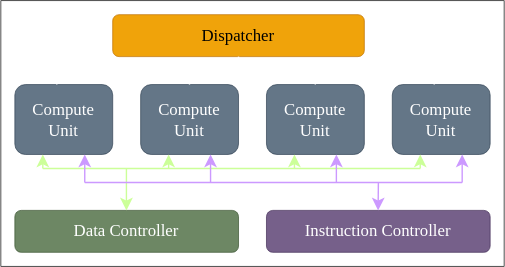
Above: docs/gpu_top_level.svg in mmh257/proj_minigpu (draw.io), before the change. Source tidied: cells renumbered, new cells last; positions are measured from the earlier drawing's top-left corner, leaving out a move shared by most shapes. The source it was exported from:
```xml
<mxGraphModel>
  <root>
    <mxCell id="0" />
    <mxCell id="1" parent="0" />
    <mxCell id="2" value="Dispatcher" style="rounded=1;whiteSpace=wrap;html=1;fillColor=#f0a30a;strokeColor=#BD7000;fontColor=#000000;strokeWidth=0.5;fontFamily=Tahoma;" parent="1" vertex="1">
      <mxGeometry x="80" y="10" width="180" height="30" as="geometry" />
    </mxCell>
    <mxCell id="3" value="Compute Unit" style="rounded=1;whiteSpace=wrap;html=1;strokeWidth=0.5;fillColor=#647687;fontColor=#ffffff;strokeColor=#314354;fontFamily=Tahoma;" parent="1" vertex="1">
      <mxGeometry x="100" y="60" width="70" height="50" as="geometry" />
    </mxCell>
    <mxCell id="4" value="Compute Unit" style="rounded=1;whiteSpace=wrap;html=1;strokeWidth=0.5;fillColor=#647687;fontColor=#ffffff;strokeColor=#314354;fontFamily=Tahoma;" parent="1" vertex="1">
      <mxGeometry x="190" y="60" width="70" height="50" as="geometry" />
    </mxCell>
    <mxCell id="5" value="Compute Unit" style="rounded=1;whiteSpace=wrap;html=1;strokeWidth=0.5;fillColor=#647687;fontColor=#ffffff;strokeColor=#314354;fontFamily=Tahoma;" parent="1" vertex="1">
      <mxGeometry x="10" y="60" width="70" height="50" as="geometry" />
    </mxCell>
    <mxCell id="6" value="Compute Unit" style="rounded=1;whiteSpace=wrap;html=1;strokeWidth=0.5;fillColor=#647687;fontColor=#ffffff;strokeColor=#314354;fontFamily=Tahoma;" parent="1" vertex="1">
      <mxGeometry x="280" y="60" width="70" height="50" as="geometry" />
    </mxCell>
    <mxCell id="7" value="Instruction Controller" style="rounded=1;whiteSpace=wrap;html=1;fillColor=#76608a;strokeColor=#432D57;strokeWidth=0.5;fontFamily=Tahoma;fontColor=#ffffff;" parent="1" vertex="1">
      <mxGeometry x="190" y="150" width="160" height="30" as="geometry" />
    </mxCell>
    <mxCell id="8" value="Data Controller" style="rounded=1;whiteSpace=wrap;html=1;fillColor=#6d8764;strokeColor=#3A5431;strokeWidth=0.5;fontFamily=Tahoma;fontColor=#ffffff;" parent="1" vertex="1">
      <mxGeometry x="10" y="150" width="160" height="30" as="geometry" />
    </mxCell>
    <mxCell id="9" style="endArrow=none;html=1;fontFamily=Tahoma;entryX=0.5;entryY=1;entryDx=0;entryDy=0;strokeColor=#FFFFFF;" parent="1" edge="1" target="2">
      <mxGeometry relative="1" as="geometry">
        <mxPoint x="170" y="50" as="sourcePoint" />
      </mxGeometry>
    </mxCell>
    <mxCell id="10" style="endArrow=none;html=1;fontFamily=Tahoma;strokeColor=#FFFFFF;" parent="1" edge="1">
      <mxGeometry relative="1" as="geometry">
        <mxPoint x="40" y="50" as="sourcePoint" />
        <mxPoint x="310" y="50" as="targetPoint" />
      </mxGeometry>
    </mxCell>
    <mxCell id="11" style="endArrow=none;html=1;fontFamily=Tahoma;strokeColor=#FFFFFF;" parent="1" edge="1">
      <mxGeometry relative="1" as="geometry">
        <mxPoint x="40" y="50" as="sourcePoint" />
        <mxPoint x="40" y="60" as="targetPoint" />
      </mxGeometry>
    </mxCell>
    <mxCell id="12" style="endArrow=none;html=1;fontFamily=Tahoma;strokeColor=#FFFFFF;" parent="1" edge="1">
      <mxGeometry relative="1" as="geometry">
        <mxPoint x="134.9" y="50" as="sourcePoint" />
        <mxPoint x="134.9" y="60" as="targetPoint" />
      </mxGeometry>
    </mxCell>
    <mxCell id="13" style="endArrow=none;html=1;fontFamily=Tahoma;strokeColor=#FFFFFF;" parent="1" edge="1">
      <mxGeometry relative="1" as="geometry">
        <mxPoint x="224.9" y="50" as="sourcePoint" />
        <mxPoint x="224.9" y="60" as="targetPoint" />
      </mxGeometry>
    </mxCell>
    <mxCell id="14" style="endArrow=none;html=1;fontFamily=Tahoma;strokeColor=#FFFFFF;" parent="1" edge="1">
      <mxGeometry relative="1" as="geometry">
        <mxPoint x="310" y="50" as="sourcePoint" />
        <mxPoint x="310" y="60" as="targetPoint" />
      </mxGeometry>
    </mxCell>
    <mxCell id="15" style="endArrow=none;html=1;fontFamily=Tahoma;strokeColor=#CCFF99;" parent="1" edge="1">
      <mxGeometry relative="1" as="geometry">
        <mxPoint x="30" y="120" as="sourcePoint" />
        <mxPoint x="300" y="120" as="targetPoint" />
      </mxGeometry>
    </mxCell>
    <mxCell id="16" style="endArrow=classic;html=1;fontFamily=Tahoma;entryX=0.25;entryY=0;entryDx=0;entryDy=0;strokeColor=#CCFF99;" parent="1" edge="1">
      <mxGeometry relative="1" as="geometry">
        <mxPoint x="89.8" y="120" as="sourcePoint" />
        <mxPoint x="89.8" y="150" as="targetPoint" />
      </mxGeometry>
    </mxCell>
    <mxCell id="17" style="endArrow=classic;html=1;fontFamily=Tahoma;strokeColor=#CCFF99;" parent="1" edge="1">
      <mxGeometry relative="1" as="geometry">
        <mxPoint x="120" y="120" as="sourcePoint" />
        <mxPoint x="120" y="110" as="targetPoint" />
      </mxGeometry>
    </mxCell>
    <mxCell id="18" style="endArrow=classic;html=1;fontFamily=Tahoma;strokeColor=#CCFF99;" parent="1" edge="1">
      <mxGeometry relative="1" as="geometry">
        <mxPoint x="210" y="120" as="sourcePoint" />
        <mxPoint x="210" y="110" as="targetPoint" />
      </mxGeometry>
    </mxCell>
    <mxCell id="19" style="endArrow=classic;html=1;fontFamily=Tahoma;strokeColor=#CCFF99;" parent="1" edge="1">
      <mxGeometry relative="1" as="geometry">
        <mxPoint x="300" y="120" as="sourcePoint" />
        <mxPoint x="300" y="110" as="targetPoint" />
      </mxGeometry>
    </mxCell>
    <mxCell id="20" style="endArrow=classic;html=1;fontFamily=Tahoma;strokeColor=#CCFF99;" parent="1" edge="1">
      <mxGeometry relative="1" as="geometry">
        <mxPoint x="30" y="120" as="sourcePoint" />
        <mxPoint x="30" y="110" as="targetPoint" />
      </mxGeometry>
    </mxCell>
    <mxCell id="21" style="endArrow=classic;html=1;fontFamily=Tahoma;entryX=0.25;entryY=0;entryDx=0;entryDy=0;strokeColor=#CC99FF;" parent="1" edge="1">
      <mxGeometry relative="1" as="geometry">
        <mxPoint x="270.1" y="130" as="sourcePoint" />
        <mxPoint x="269.9" y="150" as="targetPoint" />
      </mxGeometry>
    </mxCell>
    <mxCell id="22" style="endArrow=none;html=1;fontFamily=Tahoma;strokeColor=#CC99FF;" parent="1" edge="1">
      <mxGeometry relative="1" as="geometry">
        <mxPoint x="60" y="130" as="sourcePoint" />
        <mxPoint x="330" y="130" as="targetPoint" />
      </mxGeometry>
    </mxCell>
    <mxCell id="23" style="endArrow=classic;html=1;strokeColor=#CC99FF;fontFamily=Tahoma;" parent="1" edge="1">
      <mxGeometry relative="1" as="geometry">
        <mxPoint x="330" y="130" as="sourcePoint" />
        <mxPoint x="330" y="110" as="targetPoint" />
      </mxGeometry>
    </mxCell>
    <mxCell id="24" style="endArrow=classic;html=1;strokeColor=#CC99FF;fontFamily=Tahoma;" parent="1" edge="1">
      <mxGeometry relative="1" as="geometry">
        <mxPoint x="240" y="130" as="sourcePoint" />
        <mxPoint x="240" y="110" as="targetPoint" />
      </mxGeometry>
    </mxCell>
    <mxCell id="25" style="endArrow=classic;html=1;strokeColor=#CC99FF;fontFamily=Tahoma;" parent="1" edge="1">
      <mxGeometry relative="1" as="geometry">
        <mxPoint x="150" y="130" as="sourcePoint" />
        <mxPoint x="150" y="110" as="targetPoint" />
      </mxGeometry>
    </mxCell>
    <mxCell id="26" style="endArrow=classic;html=1;strokeColor=#CC99FF;fontFamily=Tahoma;" parent="1" edge="1">
      <mxGeometry relative="1" as="geometry">
        <mxPoint x="60" y="130" as="sourcePoint" />
        <mxPoint x="60" y="110" as="targetPoint" />
      </mxGeometry>
    </mxCell>
    <mxCell id="27" style="rounded=0;whiteSpace=wrap;html=1;strokeWidth=0.5;fontFamily=Tahoma;fillColor=none;" parent="1" vertex="1">
      <mxGeometry width="360" height="190" as="geometry" />
    </mxCell>
  </root>
</mxGraphModel>
```
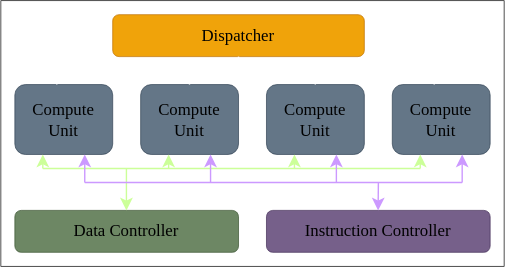
The same diagram one commit later.

What changed in the source:
```diff
@@ -1,136 +1,136 @@
-<mxGraphModel>
+<mxGraphModel background="#ffffff">
   <root>
     <mxCell id="0" />
     <mxCell id="1" parent="0" />
     <mxCell id="2" value="Dispatcher" style="rounded=1;whiteSpace=wrap;html=1;fillColor=#f0a30a;strokeColor=#BD7000;fontColor=#000000;strokeWidth=0.5;fontFamily=Tahoma;" parent="1" vertex="1">
       <mxGeometry x="80" y="10" width="180" height="30" as="geometry" />
     </mxCell>
-    <mxCell id="3" value="Compute Unit" style="rounded=1;whiteSpace=wrap;html=1;strokeWidth=0.5;fillColor=#647687;fontColor=#ffffff;strokeColor=#314354;fontFamily=Tahoma;" parent="1" vertex="1">
+    <mxCell id="3" value="Compute Unit" style="rounded=1;whiteSpace=wrap;html=1;strokeWidth=0.5;fillColor=#647687;fontColor=#000000;strokeColor=#314354;fontFamily=Tahoma;" parent="1" vertex="1">
       <mxGeometry x="100" y="60" width="70" height="50" as="geometry" />
     </mxCell>
-    <mxCell id="4" value="Compute Unit" style="rounded=1;whiteSpace=wrap;html=1;strokeWidth=0.5;fillColor=#647687;fontColor=#ffffff;strokeColor=#314354;fontFamily=Tahoma;" parent="1" vertex="1">
+    <mxCell id="4" value="Compute Unit" style="rounded=1;whiteSpace=wrap;html=1;strokeWidth=0.5;fillColor=#647687;fontColor=#000000;strokeColor=#314354;fontFamily=Tahoma;" parent="1" vertex="1">
       <mxGeometry x="190" y="60" width="70" height="50" as="geometry" />
     </mxCell>
-    <mxCell id="5" value="Compute Unit" style="rounded=1;whiteSpace=wrap;html=1;strokeWidth=0.5;fillColor=#647687;fontColor=#ffffff;strokeColor=#314354;fontFamily=Tahoma;" parent="1" vertex="1">
+    <mxCell id="5" value="Compute Unit" style="rounded=1;whiteSpace=wrap;html=1;strokeWidth=0.5;fillColor=#647687;fontColor=#000000;strokeColor=#314354;fontFamily=Tahoma;" parent="1" vertex="1">
       <mxGeometry x="10" y="60" width="70" height="50" as="geometry" />
     </mxCell>
-    <mxCell id="6" value="Compute Unit" style="rounded=1;whiteSpace=wrap;html=1;strokeWidth=0.5;fillColor=#647687;fontColor=#ffffff;strokeColor=#314354;fontFamily=Tahoma;" parent="1" vertex="1">
+    <mxCell id="6" value="Compute Unit" style="rounded=1;whiteSpace=wrap;html=1;strokeWidth=0.5;fillColor=#647687;fontColor=#000000;strokeColor=#314354;fontFamily=Tahoma;" parent="1" vertex="1">
       <mxGeometry x="280" y="60" width="70" height="50" as="geometry" />
     </mxCell>
-    <mxCell id="7" value="Instruction Controller" style="rounded=1;whiteSpace=wrap;html=1;fillColor=#76608a;strokeColor=#432D57;strokeWidth=0.5;fontFamily=Tahoma;fontColor=#ffffff;" parent="1" vertex="1">
+    <mxCell id="7" value="Instruction Controller" style="rounded=1;whiteSpace=wrap;html=1;fillColor=#76608a;strokeColor=#432D57;strokeWidth=0.5;fontFamily=Tahoma;fontColor=#000000;" parent="1" vertex="1">
       <mxGeometry x="190" y="150" width="160" height="30" as="geometry" />
     </mxCell>
-    <mxCell id="8" value="Data Controller" style="rounded=1;whiteSpace=wrap;html=1;fillColor=#6d8764;strokeColor=#3A5431;strokeWidth=0.5;fontFamily=Tahoma;fontColor=#ffffff;" parent="1" vertex="1">
+    <mxCell id="8" value="Data Controller" style="rounded=1;whiteSpace=wrap;html=1;fillColor=#6d8764;strokeColor=#3A5431;strokeWidth=0.5;fontFamily=Tahoma;fontColor=#000000;" parent="1" vertex="1">
       <mxGeometry x="10" y="150" width="160" height="30" as="geometry" />
     </mxCell>
-    <mxCell id="9" style="endArrow=none;html=1;fontFamily=Tahoma;entryX=0.5;entryY=1;entryDx=0;entryDy=0;strokeColor=#FFFFFF;" parent="1" edge="1" target="2">
+    <mxCell id="9" style="endArrow=none;html=1;fontFamily=Tahoma;entryX=0.5;entryY=1;entryDx=0;entryDy=0;strokeColor=#FFFFFF;fontColor=#000000;" parent="1" edge="1" target="2">
       <mxGeometry relative="1" as="geometry">
         <mxPoint x="170" y="50" as="sourcePoint" />
       </mxGeometry>
     </mxCell>
-    <mxCell id="10" style="endArrow=none;html=1;fontFamily=Tahoma;strokeColor=#FFFFFF;" parent="1" edge="1">
+    <mxCell id="10" style="endArrow=none;html=1;fontFamily=Tahoma;strokeColor=#FFFFFF;fontColor=#000000;" parent="1" edge="1">
       <mxGeometry relative="1" as="geometry">
         <mxPoint x="40" y="50" as="sourcePoint" />
         <mxPoint x="310" y="50" as="targetPoint" />
       </mxGeometry>
     </mxCell>
-    <mxCell id="11" style="endArrow=none;html=1;fontFamily=Tahoma;strokeColor=#FFFFFF;" parent="1" edge="1">
+    <mxCell id="11" style="endArrow=none;html=1;fontFamily=Tahoma;strokeColor=#FFFFFF;fontColor=#000000;" parent="1" edge="1">
       <mxGeometry relative="1" as="geometry">
         <mxPoint x="40" y="50" as="sourcePoint" />
         <mxPoint x="40" y="60" as="targetPoint" />
       </mxGeometry>
     </mxCell>
-    <mxCell id="12" style="endArrow=none;html=1;fontFamily=Tahoma;strokeColor=#FFFFFF;" parent="1" edge="1">
+    <mxCell id="12" style="endArrow=none;html=1;fontFamily=Tahoma;strokeColor=#FFFFFF;fontColor=#000000;" parent="1" edge="1">
       <mxGeometry relative="1" as="geometry">
         <mxPoint x="134.9" y="50" as="sourcePoint" />
         <mxPoint x="134.9" y="60" as="targetPoint" />
       </mxGeometry>
     </mxCell>
-    <mxCell id="13" style="endArrow=none;html=1;fontFamily=Tahoma;strokeColor=#FFFFFF;" parent="1" edge="1">
+    <mxCell id="13" style="endArrow=none;html=1;fontFamily=Tahoma;strokeColor=#FFFFFF;fontColor=#000000;" parent="1" edge="1">
       <mxGeometry relative="1" as="geometry">
         <mxPoint x="224.9" y="50" as="sourcePoint" />
         <mxPoint x="224.9" y="60" as="targetPoint" />
       </mxGeometry>
     </mxCell>
-    <mxCell id="14" style="endArrow=none;html=1;fontFamily=Tahoma;strokeColor=#FFFFFF;" parent="1" edge="1">
+    <mxCell id="14" style="endArrow=none;html=1;fontFamily=Tahoma;strokeColor=#FFFFFF;fontColor=#000000;" parent="1" edge="1">
       <mxGeometry relative="1" as="geometry">
         <mxPoint x="310" y="50" as="sourcePoint" />
         <mxPoint x="310" y="60" as="targetPoint" />
       </mxGeometry>
     </mxCell>
-    <mxCell id="15" style="endArrow=none;html=1;fontFamily=Tahoma;strokeColor=#CCFF99;" parent="1" edge="1">
+    <mxCell id="15" style="endArrow=none;html=1;fontFamily=Tahoma;strokeColor=#CCFF99;fontColor=#000000;" parent="1" edge="1">
       <mxGeometry relative="1" as="geometry">
         <mxPoint x="30" y="120" as="sourcePoint" />
         <mxPoint x="300" y="120" as="targetPoint" />
       </mxGeometry>
     </mxCell>
-    <mxCell id="16" style="endArrow=classic;html=1;fontFamily=Tahoma;entryX=0.25;entryY=0;entryDx=0;entryDy=0;strokeColor=#CCFF99;" parent="1" edge="1">
+    <mxCell id="16" style="endArrow=classic;html=1;fontFamily=Tahoma;entryX=0.25;entryY=0;entryDx=0;entryDy=0;strokeColor=#CCFF99;fontColor=#000000;" parent="1" edge="1">
       <mxGeometry relative="1" as="geometry">
         <mxPoint x="89.8" y="120" as="sourcePoint" />
         <mxPoint x="89.8" y="150" as="targetPoint" />
       </mxGeometry>
     </mxCell>
-    <mxCell id="17" style="endArrow=classic;html=1;fontFamily=Tahoma;strokeColor=#CCFF99;" parent="1" edge="1">
+    <mxCell id="17" style="endArrow=classic;html=1;fontFamily=Tahoma;strokeColor=#CCFF99;fontColor=#000000;" parent="1" edge="1">
       <mxGeometry relative="1" as="geometry">
         <mxPoint x="120" y="120" as="sourcePoint" />
         <mxPoint x="120" y="110" as="targetPoint" />
       </mxGeometry>
     </mxCell>
-    <mxCell id="18" style="endArrow=classic;html=1;fontFamily=Tahoma;strokeColor=#CCFF99;" parent="1" edge="1">
+    <mxCell id="18" style="endArrow=classic;html=1;fontFamily=Tahoma;strokeColor=#CCFF99;fontColor=#000000;" parent="1" edge="1">
       <mxGeometry relative="1" as="geometry">
         <mxPoint x="210" y="120" as="sourcePoint" />
         <mxPoint x="210" y="110" as="targetPoint" />
       </mxGeometry>
     </mxCell>
-    <mxCell id="19" style="endArrow=classic;html=1;fontFamily=Tahoma;strokeColor=#CCFF99;" parent="1" edge="1">
+    <mxCell id="19" style="endArrow=classic;html=1;fontFamily=Tahoma;strokeColor=#CCFF99;fontColor=#000000;" parent="1" edge="1">
       <mxGeometry relative="1" as="geometry">
         <mxPoint x="300" y="120" as="sourcePoint" />
         <mxPoint x="300" y="110" as="targetPoint" />
       </mxGeometry>
     </mxCell>
-    <mxCell id="20" style="endArrow=classic;html=1;fontFamily=Tahoma;strokeColor=#CCFF99;" parent="1" edge="1">
+    <mxCell id="20" style="endArrow=classic;html=1;fontFamily=Tahoma;strokeColor=#CCFF99;fontColor=#000000;" parent="1" edge="1">
       <mxGeometry relative="1" as="geometry">
         <mxPoint x="30" y="120" as="sourcePoint" />
         <mxPoint x="30" y="110" as="targetPoint" />
       </mxGeometry>
     </mxCell>
-    <mxCell id="21" style="endArrow=classic;html=1;fontFamily=Tahoma;entryX=0.25;entryY=0;entryDx=0;entryDy=0;strokeColor=#CC99FF;" parent="1" edge="1">
+    <mxCell id="21" style="endArrow=classic;html=1;fontFamily=Tahoma;entryX=0.25;entryY=0;entryDx=0;entryDy=0;strokeColor=#CC99FF;fontColor=#000000;" parent="1" edge="1">
       <mxGeometry relative="1" as="geometry">
         <mxPoint x="270.1" y="130" as="sourcePoint" />
         <mxPoint x="269.9" y="150" as="targetPoint" />
       </mxGeometry>
     </mxCell>
-    <mxCell id="22" style="endArrow=none;html=1;fontFamily=Tahoma;strokeColor=#CC99FF;" parent="1" edge="1">
+    <mxCell id="22" style="endArrow=none;html=1;fontFamily=Tahoma;strokeColor=#CC99FF;fontColor=#000000;" parent="1" edge="1">
       <mxGeometry relative="1" as="geometry">
         <mxPoint x="60" y="130" as="sourcePoint" />
         <mxPoint x="330" y="130" as="targetPoint" />
       </mxGeometry>
     </mxCell>
-    <mxCell id="23" style="endArrow=classic;html=1;strokeColor=#CC99FF;fontFamily=Tahoma;" parent="1" edge="1">
+    <mxCell id="23" style="endArrow=classic;html=1;strokeColor=#CC99FF;fontFamily=Tahoma;fontColor=#000000;" parent="1" edge="1">
       <mxGeometry relative="1" as="geometry">
         <mxPoint x="330" y="130" as="sourcePoint" />
         <mxPoint x="330" y="110" as="targetPoint" />
       </mxGeometry>
     </mxCell>
-    <mxCell id="24" style="endArrow=classic;html=1;strokeColor=#CC99FF;fontFamily=Tahoma;" parent="1" edge="1">
+    <mxCell id="24" style="endArrow=classic;html=1;strokeColor=#CC99FF;fontFamily=Tahoma;fontColor=#000000;" parent="1" edge="1">
       <mxGeometry relative="1" as="geometry">
         <mxPoint x="240" y="130" as="sourcePoint" />
         <mxPoint x="240" y="110" as="targetPoint" />
       </mxGeometry>
     </mxCell>
-    <mxCell id="25" style="endArrow=classic;html=1;strokeColor=#CC99FF;fontFamily=Tahoma;" parent="1" edge="1">
+    <mxCell id="25" style="endArrow=classic;html=1;strokeColor=#CC99FF;fontFamily=Tahoma;fontColor=#000000;" parent="1" edge="1">
       <mxGeometry relative="1" as="geometry">
         <mxPoint x="150" y="130" as="sourcePoint" />
         <mxPoint x="150" y="110" as="targetPoint" />
       </mxGeometry>
     </mxCell>
-    <mxCell id="26" style="endArrow=classic;html=1;strokeColor=#CC99FF;fontFamily=Tahoma;" parent="1" edge="1">
+    <mxCell id="26" style="endArrow=classic;html=1;strokeColor=#CC99FF;fontFamily=Tahoma;fontColor=#000000;" parent="1" edge="1">
       <mxGeometry relative="1" as="geometry">
         <mxPoint x="60" y="130" as="sourcePoint" />
         <mxPoint x="60" y="110" as="targetPoint" />
       </mxGeometry>
     </mxCell>
-    <mxCell id="27" style="rounded=0;whiteSpace=wrap;html=1;strokeWidth=0.5;fontFamily=Tahoma;fillColor=none;" parent="1" vertex="1">
+    <mxCell id="27" style="rounded=0;whiteSpace=wrap;html=1;strokeWidth=0.5;fontFamily=Tahoma;fillColor=none;strokeColor=#000000;fontColor=#000000;" parent="1" vertex="1">
       <mxGeometry width="360" height="190" as="geometry" />
     </mxCell>
   </root>
```
